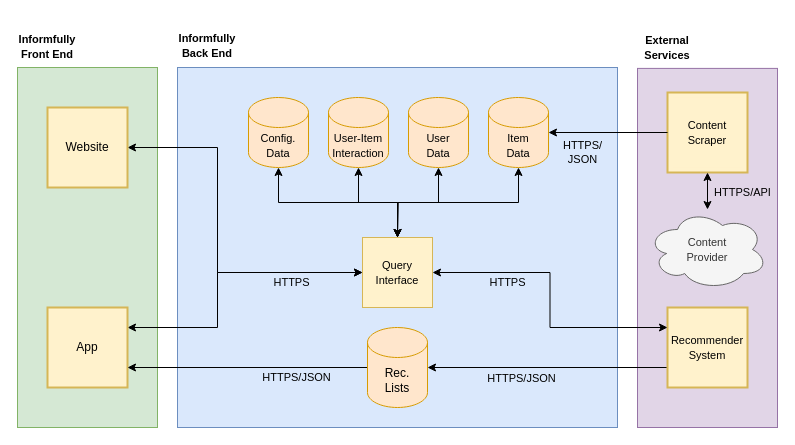
Earlier version of the draw.io diagram docs/source/uml/application_architecture_v4.2.drawio (Informfully/Documentation). Source tidied: cells renumbered, new cells numbered last; positions are measured from the earlier drawing's top-left corner, leaving out a move shared by most shapes. Both pictures are drawn from the tidied source at 100%, with x=0, y=0 at pixel (17, 28).
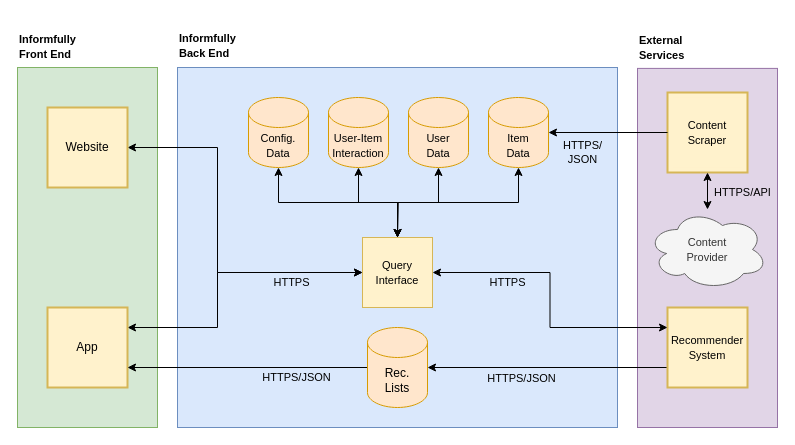
After the change.

Commit message (it also covers changes not shown here):
Revised application architecture diagram

Diff of the diagram source:
```diff
@@
-    <mxCell id="5" value="&lt;font style=&quot;font-size: 11px&quot;&gt;&lt;br&gt;Informfully&lt;br&gt;Front End&lt;/font&gt;" style="text;html=1;strokeColor=none;fillColor=none;align=center;verticalAlign=middle;whiteSpace=wrap;rounded=0;fontStyle=1;" parent="1" vertex="1">
+    <mxCell id="5" value="&lt;font style=&quot;font-size: 11px&quot;&gt;&lt;br&gt;Informfully&lt;br&gt;Front End&lt;/font&gt;" style="text;html=1;strokeColor=none;fillColor=none;align=left;verticalAlign=middle;whiteSpace=wrap;rounded=0;fontStyle=1;" parent="1" vertex="1">
       <mxGeometry width="60" height="21" as="geometry" />
     </mxCell>
-    <mxCell id="6" value="&lt;font style=&quot;font-size: 11px&quot;&gt;&lt;br&gt;Informfully&lt;br&gt;Back End&lt;/font&gt;&lt;div&gt;&lt;/div&gt;" style="text;html=1;strokeColor=none;fillColor=none;align=center;verticalAlign=middle;whiteSpace=wrap;rounded=0;fontStyle=1;" parent="1" vertex="1">
+    <mxCell id="6" value="&lt;font style=&quot;font-size: 11px&quot;&gt;&lt;br&gt;Informfully&lt;br&gt;Back End&lt;/font&gt;&lt;div&gt;&lt;/div&gt;" style="text;html=1;strokeColor=none;fillColor=none;align=left;verticalAlign=middle;whiteSpace=wrap;rounded=0;fontStyle=1;" parent="1" vertex="1">
       <mxGeometry x="160" width="60" height="20" as="geometry" />
     </mxCell>
@@
-    <mxCell id="13" value="&lt;font style=&quot;font-size: 11px&quot;&gt;External&lt;br&gt;Services&lt;/font&gt;" style="text;html=1;strokeColor=none;fillColor=none;align=center;verticalAlign=middle;whiteSpace=wrap;rounded=0;fontStyle=1;" parent="1" vertex="1">
+    <mxCell id="13" value="&lt;font style=&quot;font-size: 11px&quot;&gt;External&lt;br&gt;Services&lt;/font&gt;" style="text;html=1;strokeColor=none;fillColor=none;align=left;verticalAlign=middle;whiteSpace=wrap;rounded=0;fontStyle=1;" parent="1" vertex="1">
       <mxGeometry x="620" y="9" width="60" height="20" as="geometry" />
     </mxCell>
```
